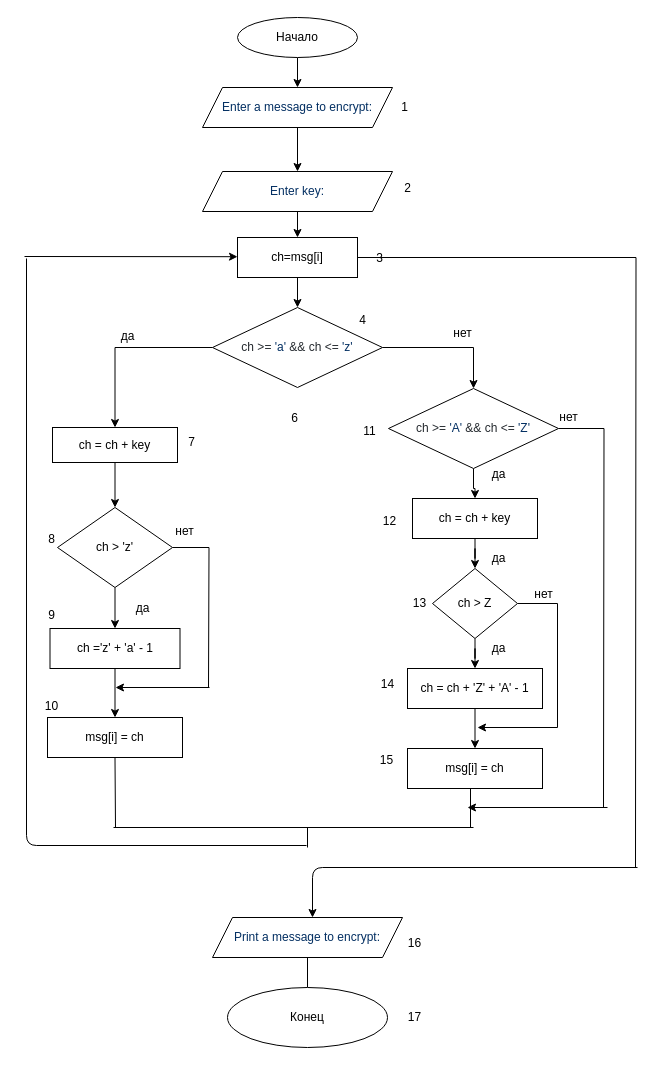
Above: Untitled Diagram.drawio in Longnguyen2006/Caesar-cipher (draw.io), before the change. Source tidied: cells renumbered, new cells numbered last; positions are measured from the earlier drawing's top-left corner, leaving out a move shared by most shapes. Both pictures are drawn from the tidied source at 100%, with x=0, y=0 at pixel (24, 17).
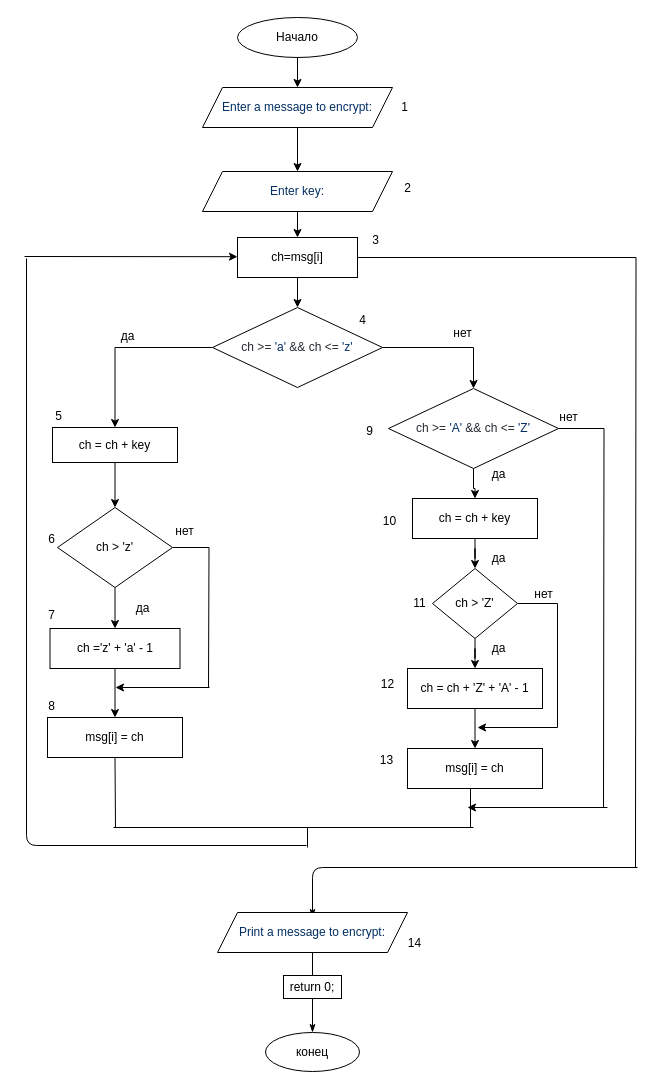
The same page after the edit.

The edit, as a diff of the source:
```diff
@@
-    <mxCell id="30" value="ch &amp;gt; Z" style="rhombus;whiteSpace=wrap;html=1;" parent="1" vertex="1">
+    <mxCell id="30" value="ch &amp;gt; 'Z'" style="rhombus;whiteSpace=wrap;html=1;" parent="1" vertex="1">
       <mxGeometry x="408" y="551" width="85" height="70" as="geometry" />
     </mxCell>
@@
-    <mxCell id="45" style="endArrow=classic;html=1;" parent="1" edge="1">
+    <mxCell id="45" style="endArrow=classicThin;html=1;endFill=1;" parent="1" edge="1">
       <mxGeometry relative="1" as="geometry">
         <mxPoint x="613" y="850" as="sourcePoint" />
         <mxPoint x="288" y="900" as="targetPoint" />
         <Array as="points">
           <mxPoint x="288" y="850" />
         </Array>
       </mxGeometry>
     </mxCell>
-    <mxCell id="46" style="edgeStyle=orthogonalEdgeStyle;rounded=0;jettySize=auto;html=1;endArrow=none;endFill=0;" parent="1" edge="1" source="47" target="48">
-      <mxGeometry relative="1" as="geometry" />
-    </mxCell>
+    <mxCell id="71" style="edgeStyle=orthogonalEdgeStyle;rounded=0;jettySize=auto;html=1;endArrow=none;endFill=0;" parent="1" edge="1" source="47" target="73">
+      <mxGeometry relative="1" as="geometry" />
+    </mxCell>
     <mxCell id="47" value="&lt;span style=&quot;color: rgb(3 , 47 , 98) ; font-family: , &amp;#34;consolas&amp;#34; , &amp;#34;liberation mono&amp;#34; , &amp;#34;menlo&amp;#34; , monospace ; background-color: rgb(255 , 255 , 255)&quot;&gt;Print a message to encrypt:&lt;/span&gt;" style="shape=parallelogram;perimeter=parallelogramPerimeter;whiteSpace=wrap;html=1;fixedSize=1;" parent="1" vertex="1">
-      <mxGeometry x="188" y="900" width="190" height="40" as="geometry" />
+      <mxGeometry x="193" y="895" width="190" height="40" as="geometry" />
     </mxCell>
-    <mxCell id="48" value="Конец" style="ellipse;whiteSpace=wrap;html=1;" parent="1" vertex="1">
-      <mxGeometry x="203" y="970" width="160" height="60" as="geometry" />
+    <mxCell id="48" value="конец" style="ellipse;whiteSpace=wrap;html=1;" parent="1" vertex="1">
+      <mxGeometry x="241" y="1015" width="94" height="39" as="geometry" />
     </mxCell>
@@
     <mxCell id="52" value="3" style="text;html=1;align=center;verticalAlign=middle;" parent="1" vertex="1">
-      <mxGeometry x="346" y="232" width="17" height="18" as="geometry" />
+      <mxGeometry x="342" y="214" width="17" height="18" as="geometry" />
     </mxCell>
-    <mxCell id="53" value="6" style="text;html=1;align=center;verticalAlign=middle;" parent="1" vertex="1">
-      <mxGeometry x="261" y="392" width="17" height="18" as="geometry" />
-    </mxCell>
-    <mxCell id="54" value="12" style="text;html=1;align=center;verticalAlign=middle;" parent="1" vertex="1">
+    <mxCell id="54" value="10" style="text;html=1;align=center;verticalAlign=middle;" parent="1" vertex="1">
       <mxGeometry x="353" y="495" width="23" height="18" as="geometry" />
     </mxCell>
-    <mxCell id="55" value="7" style="text;html=1;align=center;verticalAlign=middle;" parent="1" vertex="1">
-      <mxGeometry x="158" y="416" width="17" height="18" as="geometry" />
+    <mxCell id="55" value="5" style="text;html=1;align=center;verticalAlign=middle;" parent="1" vertex="1">
+      <mxGeometry x="25.5" y="390" width="17" height="18" as="geometry" />
     </mxCell>
-    <mxCell id="56" value="8" style="text;html=1;align=center;verticalAlign=middle;" parent="1" vertex="1">
+    <mxCell id="56" value="6" style="text;html=1;align=center;verticalAlign=middle;" parent="1" vertex="1">
       <mxGeometry x="18" y="513" width="17" height="18" as="geometry" />
     </mxCell>
-    <mxCell id="57" value="9" style="text;html=1;align=center;verticalAlign=middle;" parent="1" vertex="1">
+    <mxCell id="57" value="7" style="text;html=1;align=center;verticalAlign=middle;" parent="1" vertex="1">
       <mxGeometry x="18" y="589" width="17" height="18" as="geometry" />
     </mxCell>
-    <mxCell id="58" value="10" style="text;html=1;align=center;verticalAlign=middle;" parent="1" vertex="1">
-      <mxGeometry x="15" y="680" width="23" height="18" as="geometry" />
+    <mxCell id="58" value="8" style="text;html=1;align=center;verticalAlign=middle;" parent="1" vertex="1">
+      <mxGeometry x="18" y="680" width="17" height="18" as="geometry" />
     </mxCell>
-    <mxCell id="59" value="11" style="text;html=1;align=center;verticalAlign=middle;" parent="1" vertex="1">
-      <mxGeometry x="333" y="405" width="23" height="18" as="geometry" />
+    <mxCell id="59" value="9" style="text;html=1;align=center;verticalAlign=middle;" parent="1" vertex="1">
+      <mxGeometry x="336" y="405" width="17" height="18" as="geometry" />
     </mxCell>
-    <mxCell id="60" value="13" style="text;html=1;align=center;verticalAlign=middle;" parent="1" vertex="1">
+    <mxCell id="60" value="11" style="text;html=1;align=center;verticalAlign=middle;" parent="1" vertex="1">
       <mxGeometry x="383" y="577" width="23" height="18" as="geometry" />
     </mxCell>
-    <mxCell id="61" value="16" style="text;html=1;align=center;verticalAlign=middle;" parent="1" vertex="1">
+    <mxCell id="61" value="14" style="text;html=1;align=center;verticalAlign=middle;" parent="1" vertex="1">
       <mxGeometry x="378" y="917" width="23" height="18" as="geometry" />
     </mxCell>
-    <mxCell id="62" value="15" style="text;html=1;align=center;verticalAlign=middle;" parent="1" vertex="1">
+    <mxCell id="62" value="13" style="text;html=1;align=center;verticalAlign=middle;" parent="1" vertex="1">
       <mxGeometry x="350" y="734" width="23" height="18" as="geometry" />
     </mxCell>
-    <mxCell id="63" value="14" style="text;html=1;align=center;verticalAlign=middle;" parent="1" vertex="1">
+    <mxCell id="63" value="12" style="text;html=1;align=center;verticalAlign=middle;" parent="1" vertex="1">
       <mxGeometry x="351" y="658" width="23" height="18" as="geometry" />
     </mxCell>
-    <mxCell id="64" value="17" style="text;html=1;align=center;verticalAlign=middle;" parent="1" vertex="1">
-      <mxGeometry x="378" y="991" width="23" height="18" as="geometry" />
-    </mxCell>
@@
+    <mxCell id="72" style="edgeStyle=orthogonalEdgeStyle;rounded=0;jettySize=auto;html=1;endArrow=classicThin;endFill=1;" parent="1" edge="1" source="73" target="48">
+      <mxGeometry relative="1" as="geometry" />
+    </mxCell>
+    <mxCell id="73" value="return 0;" style="whiteSpace=wrap;html=1;" parent="1" vertex="1">
+      <mxGeometry x="259" y="958" width="58" height="23" as="geometry" />
+    </mxCell>
+    <mxCell id="74" style="edgeStyle=orthogonalEdgeStyle;rounded=0;orthogonalLoop=1;jettySize=auto;html=1;exitX=0.5;exitY=1;exitDx=0;exitDy=0;entryX=1;entryY=0;entryDx=0;entryDy=0;endArrow=none;endFill=0;" parent="1" edge="1" source="73" target="73">
+      <mxGeometry relative="1" as="geometry" />
+    </mxCell>
```
